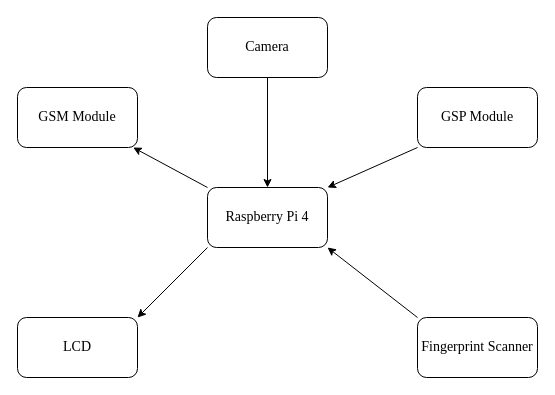
The draw.io diagram documentation/diagrams/Hardware Block diagram.drawio in ngqaza-g/mabuza, before the edit. Source tidied: cells renumbered, new cells numbered last; positions are measured from the earlier drawing's top-left corner, leaving out a move shared by most shapes. Both pictures are drawn from the tidied source at 100%, with x=0, y=0 at pixel (17, 17).
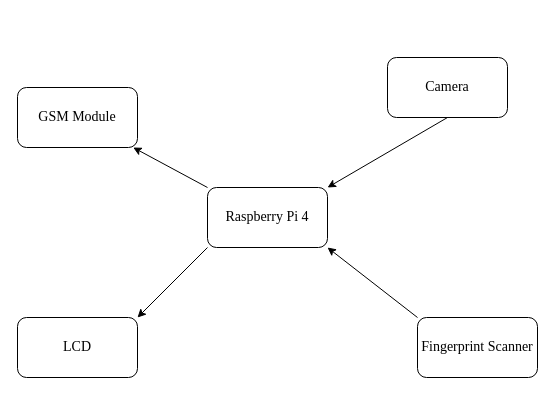
After the change.

Change to the diagram source:
```diff
@@
 <mxGraphModel>
   <root>
     <mxCell id="0" />
     <mxCell id="1" parent="0" />
     <mxCell id="2" style="edgeStyle=none;rounded=0;jettySize=auto;html=1;exitX=0;exitY=1;exitDx=0;exitDy=0;entryX=1;entryY=0;entryDx=0;entryDy=0;fontFamily=Times New Roman;fontSize=14;" parent="1" edge="1" source="4" target="10">
       <mxGeometry relative="1" as="geometry" />
     </mxCell>
     <mxCell id="3" style="edgeStyle=none;rounded=0;jettySize=auto;html=1;exitX=0;exitY=0;exitDx=0;exitDy=0;fontFamily=Times New Roman;fontSize=14;" parent="1" edge="1" source="4" target="7">
       <mxGeometry relative="1" as="geometry" />
     </mxCell>
     <mxCell id="4" value="&lt;font face=&quot;Times New Roman&quot; style=&quot;font-size: 14px&quot;&gt;Raspberry Pi 4&lt;/font&gt;" style="rounded=1;whiteSpace=wrap;html=1;" parent="1" vertex="1">
       <mxGeometry x="190" y="170" width="120" height="60" as="geometry" />
     </mxCell>
-    <mxCell id="5" style="edgeStyle=none;rounded=0;jettySize=auto;html=1;exitX=0.5;exitY=1;exitDx=0;exitDy=0;entryX=0.5;entryY=0;entryDx=0;entryDy=0;fontFamily=Times New Roman;fontSize=14;" parent="1" edge="1" source="6" target="4">
+    <mxCell id="5" style="edgeStyle=none;rounded=0;jettySize=auto;html=1;exitX=0.5;exitY=1;exitDx=0;exitDy=0;entryX=1;entryY=0;entryDx=0;entryDy=0;fontFamily=Times New Roman;fontSize=14;" parent="1" edge="1" source="6" target="4">
       <mxGeometry relative="1" as="geometry" />
     </mxCell>
     <mxCell id="6" value="Camera" style="rounded=1;whiteSpace=wrap;html=1;fontFamily=Times New Roman;fontSize=14;" parent="1" vertex="1">
-      <mxGeometry x="190" width="120" height="60" as="geometry" />
+      <mxGeometry x="370" y="40" width="120" height="60" as="geometry" />
     </mxCell>
     <mxCell id="7" value="GSM Module" style="rounded=1;whiteSpace=wrap;html=1;fontFamily=Times New Roman;fontSize=14;" parent="1" vertex="1">
       <mxGeometry y="70" width="120" height="60" as="geometry" />
     </mxCell>
-    <mxCell id="8" style="edgeStyle=none;rounded=0;jettySize=auto;html=1;exitX=0;exitY=1;exitDx=0;exitDy=0;entryX=1;entryY=0;entryDx=0;entryDy=0;fontFamily=Times New Roman;fontSize=14;" parent="1" edge="1" source="9" target="4">
-      <mxGeometry relative="1" as="geometry" />
-    </mxCell>
-    <mxCell id="9" value="GSP Module" style="rounded=1;whiteSpace=wrap;html=1;fontFamily=Times New Roman;fontSize=14;" parent="1" vertex="1">
-      <mxGeometry x="400" y="70" width="120" height="60" as="geometry" />
-    </mxCell>
     <mxCell id="10" value="LCD" style="rounded=1;whiteSpace=wrap;html=1;fontFamily=Times New Roman;fontSize=14;" parent="1" vertex="1">
       <mxGeometry y="300" width="120" height="60" as="geometry" />
     </mxCell>
     <mxCell id="11" style="edgeStyle=none;rounded=0;jettySize=auto;html=1;exitX=0;exitY=0;exitDx=0;exitDy=0;entryX=1;entryY=1;entryDx=0;entryDy=0;fontFamily=Times New Roman;fontSize=14;" parent="1" edge="1" source="12" target="4">
       <mxGeometry relative="1" as="geometry" />
     </mxCell>
     <mxCell id="12" value="Fingerprint Scanner" style="rounded=1;whiteSpace=wrap;html=1;fontFamily=Times New Roman;fontSize=14;" parent="1" vertex="1">
       <mxGeometry x="400" y="300" width="120" height="60" as="geometry" />
     </mxCell>
   </root>
 </mxGraphModel>
```
